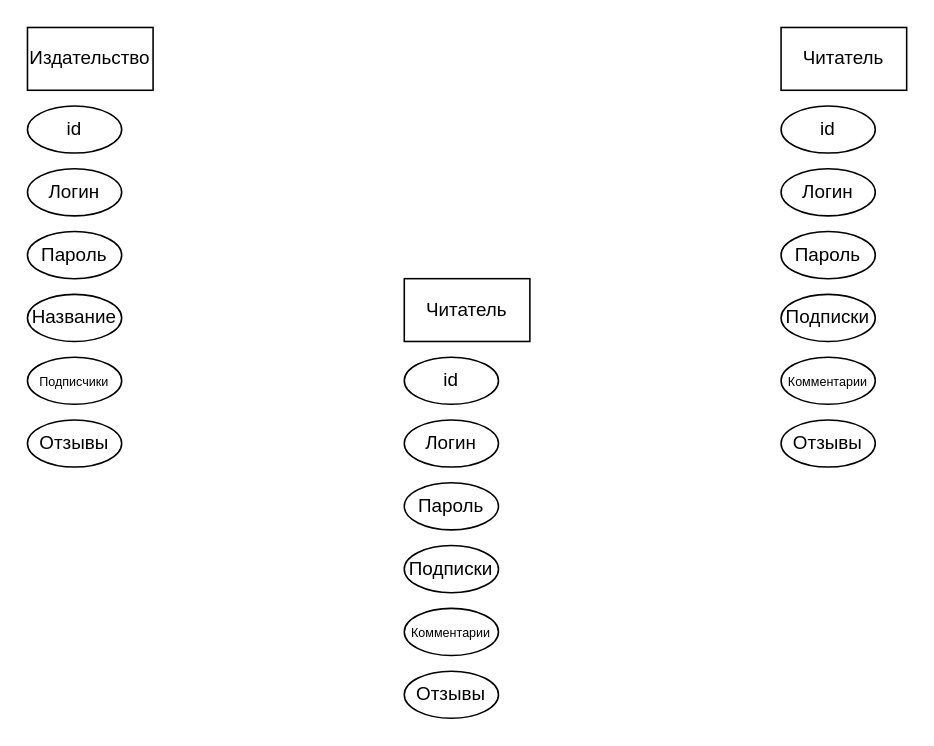
Before: Диаграмма без названия.drawio in r0mpll/DataBase, a draw.io diagram. Source tidied: cells renumbered, new cells numbered last; positions are measured from the earlier drawing's top-left corner, leaving out a move shared by most shapes. Both pictures are drawn from the tidied source at 157%, with x=0, y=0 at pixel (27, 27).
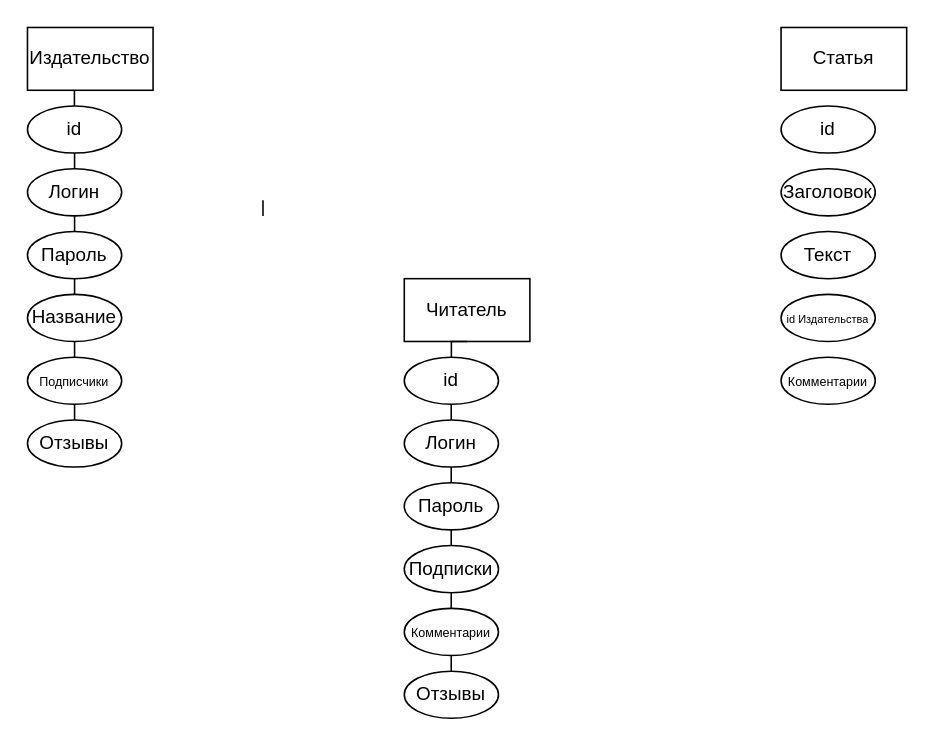
After the change.

The change refers to these unchanged cells:
```xml
<mxCell id="2" value="Читатель" style="rounded=0;whiteSpace=wrap;html=1;" parent="1" vertex="1">
  <mxGeometry x="240" y="160" width="80" height="40" as="geometry" />
</mxCell>
```

What changed in the source:
```diff
@@
-    <mxCell id="16" value="Читатель" style="rounded=0;whiteSpace=wrap;html=1;" parent="1" vertex="1">
+    <mxCell id="16" value="Статья" style="rounded=0;whiteSpace=wrap;html=1;" parent="1" vertex="1">
       <mxGeometry x="480" width="80" height="40" as="geometry" />
     </mxCell>
@@
-    <mxCell id="18" value="Логин" style="ellipse;whiteSpace=wrap;html=1;" parent="1" vertex="1">
+    <mxCell id="18" value="Заголовок" style="ellipse;whiteSpace=wrap;html=1;" parent="1" vertex="1">
       <mxGeometry x="480" y="90" width="60" height="30" as="geometry" />
     </mxCell>
-    <mxCell id="19" value="Пароль" style="ellipse;whiteSpace=wrap;html=1;" parent="1" vertex="1">
+    <mxCell id="19" value="Текст" style="ellipse;whiteSpace=wrap;html=1;" parent="1" vertex="1">
       <mxGeometry x="480" y="130" width="60" height="30" as="geometry" />
     </mxCell>
-    <mxCell id="20" value="Подписки" style="ellipse;whiteSpace=wrap;html=1;" parent="1" vertex="1">
+    <mxCell id="20" value="&lt;font style=&quot;font-size: 7px;&quot;&gt;id Издательства&lt;/font&gt;" style="ellipse;whiteSpace=wrap;html=1;" parent="1" vertex="1">
       <mxGeometry x="480" y="170" width="60" height="30" as="geometry" />
     </mxCell>
@@
-    <mxCell id="22" value="Отзывы" style="ellipse;whiteSpace=wrap;html=1;" parent="1" vertex="1">
-      <mxGeometry x="480" y="250" width="60" height="30" as="geometry" />
-    </mxCell>
+    <mxCell id="23" style="endArrow=none;html=1;rounded=0;fontSize=7;entryX=0.5;entryY=1;entryDx=0;entryDy=0;" parent="1" edge="1" target="2">
+      <mxGeometry relative="1" as="geometry">
+        <mxPoint x="270" y="210" as="sourcePoint" />
+        <Array as="points">
+          <mxPoint x="270" y="200" />
+        </Array>
+      </mxGeometry>
+    </mxCell>
+    <mxCell id="24" style="endArrow=none;html=1;rounded=0;fontSize=7;" parent="1" edge="1">
+      <mxGeometry relative="1" as="geometry">
+        <mxPoint x="269.9" y="250" as="sourcePoint" />
+        <mxPoint x="269.9" y="240" as="targetPoint" />
+        <Array as="points">
+          <mxPoint x="269.9" y="240" />
+        </Array>
+      </mxGeometry>
+    </mxCell>
+    <mxCell id="25" style="endArrow=none;html=1;rounded=0;fontSize=7;" parent="1" edge="1">
+      <mxGeometry relative="1" as="geometry">
+        <mxPoint x="269.9" y="290" as="sourcePoint" />
+        <mxPoint x="269.9" y="280" as="targetPoint" />
+        <Array as="points">
+          <mxPoint x="269.9" y="280" />
+        </Array>
+      </mxGeometry>
+    </mxCell>
+    <mxCell id="26" style="endArrow=none;html=1;rounded=0;fontSize=7;" parent="1" edge="1">
+      <mxGeometry relative="1" as="geometry">
+        <mxPoint x="269.9" y="330" as="sourcePoint" />
+        <mxPoint x="269.9" y="320" as="targetPoint" />
+        <Array as="points">
+          <mxPoint x="269.9" y="320" />
+        </Array>
+      </mxGeometry>
+    </mxCell>
+    <mxCell id="27" style="endArrow=none;html=1;rounded=0;fontSize=7;" parent="1" edge="1">
+      <mxGeometry relative="1" as="geometry">
+        <mxPoint x="269.9" y="370" as="sourcePoint" />
+        <mxPoint x="269.9" y="360" as="targetPoint" />
+        <Array as="points">
+          <mxPoint x="269.9" y="360" />
+        </Array>
+      </mxGeometry>
+    </mxCell>
+    <mxCell id="28" style="endArrow=none;html=1;rounded=0;fontSize=7;" parent="1" edge="1">
+      <mxGeometry relative="1" as="geometry">
+        <mxPoint x="269.9" y="410" as="sourcePoint" />
+        <mxPoint x="269.9" y="400" as="targetPoint" />
+        <Array as="points">
+          <mxPoint x="269.9" y="400" />
+        </Array>
+      </mxGeometry>
+    </mxCell>
+    <mxCell id="29" style="endArrow=none;html=1;rounded=0;fontSize=7;" parent="1" edge="1">
+      <mxGeometry relative="1" as="geometry">
+        <mxPoint x="29.9" y="50" as="sourcePoint" />
+        <mxPoint x="29.9" y="40" as="targetPoint" />
+        <Array as="points">
+          <mxPoint x="29.9" y="40" />
+        </Array>
+      </mxGeometry>
+    </mxCell>
+    <mxCell id="30" style="endArrow=none;html=1;rounded=0;fontSize=7;" parent="1" edge="1">
+      <mxGeometry relative="1" as="geometry">
+        <mxPoint x="30" y="90" as="sourcePoint" />
+        <mxPoint x="30" y="80" as="targetPoint" />
+        <Array as="points">
+          <mxPoint x="30" y="80" />
+        </Array>
+      </mxGeometry>
+    </mxCell>
+    <mxCell id="31" style="endArrow=none;html=1;rounded=0;fontSize=7;" parent="1" edge="1">
+      <mxGeometry relative="1" as="geometry">
+        <mxPoint x="30" y="130" as="sourcePoint" />
+        <mxPoint x="30" y="120" as="targetPoint" />
+        <Array as="points">
+          <mxPoint x="30" y="120" />
+        </Array>
+      </mxGeometry>
+    </mxCell>
+    <mxCell id="32" style="endArrow=none;html=1;rounded=0;fontSize=7;" parent="1" edge="1">
+      <mxGeometry relative="1" as="geometry">
+        <mxPoint x="30" y="170" as="sourcePoint" />
+        <mxPoint x="30" y="160" as="targetPoint" />
+        <Array as="points">
+          <mxPoint x="30" y="160" />
+        </Array>
+      </mxGeometry>
+    </mxCell>
+    <mxCell id="33" style="endArrow=none;html=1;rounded=0;fontSize=7;" parent="1" edge="1">
+      <mxGeometry relative="1" as="geometry">
+        <mxPoint x="30" y="210" as="sourcePoint" />
+        <mxPoint x="30" y="200" as="targetPoint" />
+        <Array as="points">
+          <mxPoint x="30" y="200" />
+        </Array>
+      </mxGeometry>
+    </mxCell>
+    <mxCell id="34" style="endArrow=none;html=1;rounded=0;fontSize=7;" parent="1" edge="1">
+      <mxGeometry relative="1" as="geometry">
+        <mxPoint x="30" y="250" as="sourcePoint" />
+        <mxPoint x="30" y="240" as="targetPoint" />
+        <Array as="points">
+          <mxPoint x="30" y="240" />
+        </Array>
+      </mxGeometry>
+    </mxCell>
+    <mxCell id="35" style="endArrow=none;html=1;rounded=0;fontSize=7;" parent="1" edge="1">
+      <mxGeometry relative="1" as="geometry">
+        <mxPoint x="150" y="120" as="sourcePoint" />
+        <mxPoint x="150" y="110" as="targetPoint" />
+        <Array as="points">
+          <mxPoint x="150" y="110" />
+        </Array>
+      </mxGeometry>
+    </mxCell>
```
